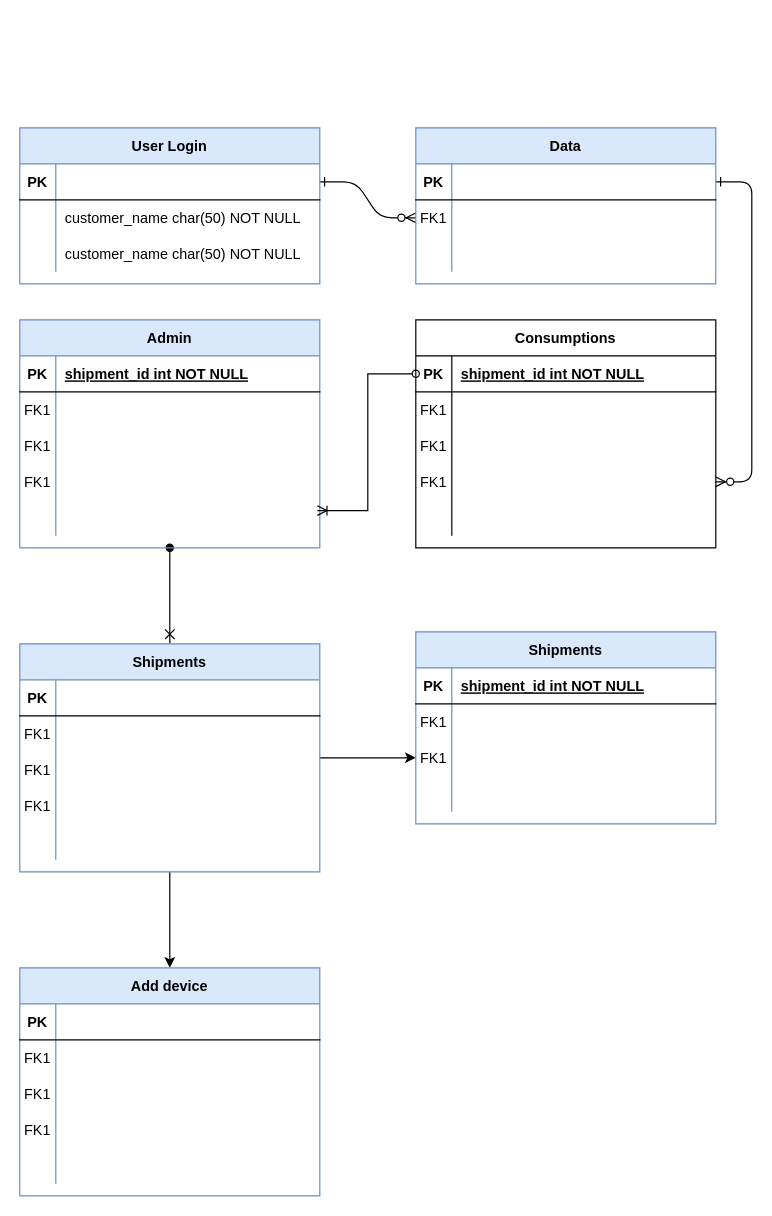
Above: ERD.drawio in Thivya1498/SCADA-ENERGY-METER-SYSTEM (draw.io), before the change. Source tidied: cells renumbered, new cells numbered last; positions are measured from the earlier drawing's top-left corner, leaving out a move shared by most shapes. Both pictures are drawn from the tidied source at 120%, with x=0, y=0 at pixel (19, 127).
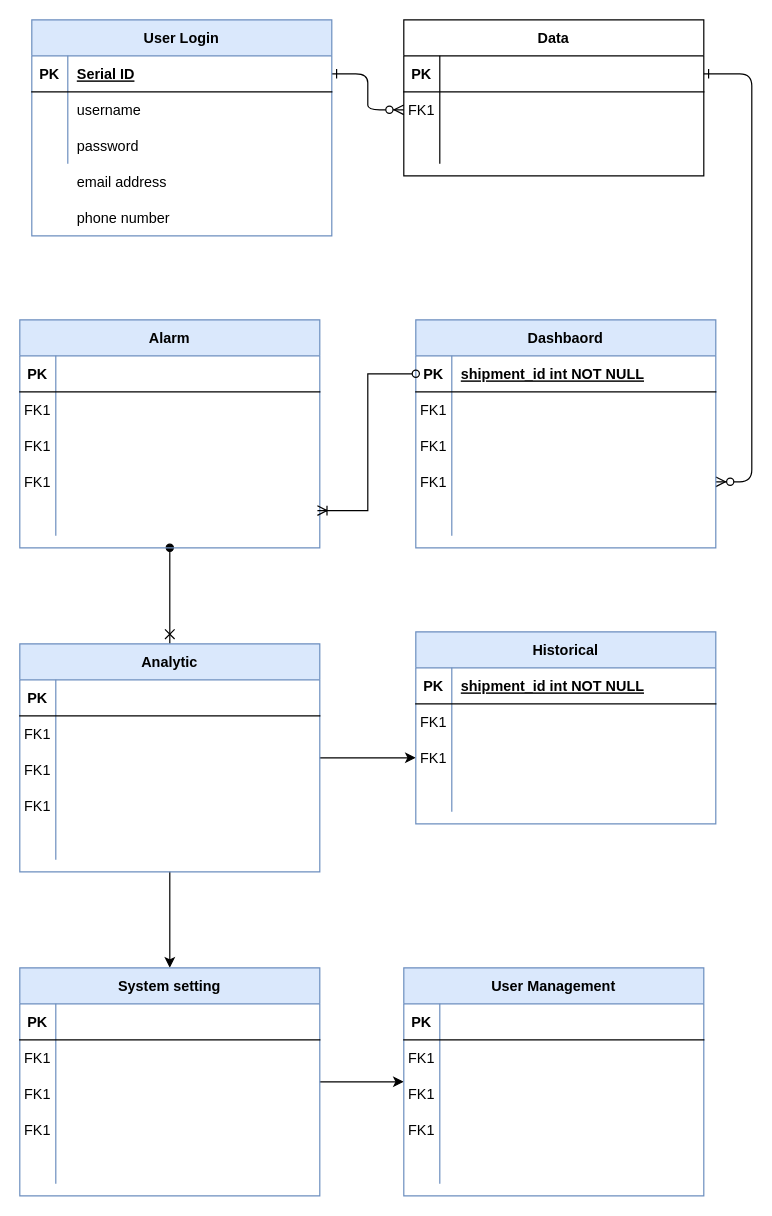
Above is the later version.

Unchanged cells that the change refers to:
```xml
<mxCell id="42" style="shape=partialRectangle;fillColor=none;top=0;left=0;right=0;bottom=1;" parent="41" vertex="1">
  <mxGeometry y="30" width="250" height="30" as="geometry" />
</mxCell>
<mxCell id="51" style="shape=partialRectangle;fillColor=none;top=0;left=0;right=0;bottom=0;" parent="41" vertex="1">
  <mxGeometry y="120" width="250" height="30" as="geometry" />
</mxCell>
```

The edit, as a diff of the source:
```diff
@@
-    <mxCell id="4" value="Data" style="shape=table;startSize=30;childLayout=tableLayout;rowLines=0;fontStyle=1;align=center;fillColor=#dae8fc;strokeColor=#6c8ebf;" parent="1" vertex="1">
-      <mxGeometry x="330" width="250" height="130" as="geometry" />
+    <mxCell id="4" value="Data" style="shape=table;startSize=30;childLayout=tableLayout;rowLines=0;fontStyle=1;align=center;" parent="1" vertex="1">
+      <mxGeometry x="320" y="-90" width="250" height="130" as="geometry" />
     </mxCell>
@@
-    <mxCell id="14" value="Consumptions" style="shape=table;startSize=30;childLayout=tableLayout;rowLines=0;fontStyle=1;align=center;fillColor=default;strokeColor=default;gradientColor=none;swimlaneFillColor=none;" parent="1" vertex="1">
+    <mxCell id="14" value="Dashbaord" style="shape=table;startSize=30;childLayout=tableLayout;rowLines=0;fontStyle=1;align=center;fillColor=#dae8fc;strokeColor=#6c8ebf;swimlaneFillColor=none;" parent="1" vertex="1">
       <mxGeometry x="330" y="160" width="250" height="190" as="geometry" />
     </mxCell>
@@
-    <mxCell id="30" value="User Login" style="shape=table;startSize=30;childLayout=tableLayout;rowLines=0;fontStyle=1;align=center;fillColor=#dae8fc;strokeColor=#6c8ebf;" parent="1" vertex="1">
-      <mxGeometry width="250" height="130" as="geometry" />
-    </mxCell>
-    <mxCell id="31" style="shape=partialRectangle;fillColor=none;points=[[0,0.5],[1,0.5]];portConstraint=eastwest;top=0;left=0;right=0;bottom=1;" parent="30" vertex="1">
-      <mxGeometry y="30" width="250" height="30" as="geometry" />
-    </mxCell>
-    <mxCell id="32" value="PK" style="shape=partialRectangle;overflow=hidden;fillColor=none;top=0;left=0;bottom=0;right=0;fontStyle=1;" parent="31" vertex="1">
-      <mxGeometry width="30" height="30" as="geometry" />
-    </mxCell>
-    <mxCell id="33" style="shape=partialRectangle;overflow=hidden;fillColor=none;top=0;left=0;bottom=0;right=0;align=left;spacingLeft=6;fontStyle=5;" parent="31" vertex="1">
-      <mxGeometry x="30" width="220" height="30" as="geometry" />
-    </mxCell>
-    <mxCell id="34" style="shape=partialRectangle;fillColor=none;top=0;left=0;right=0;bottom=0;" parent="30" vertex="1">
-      <mxGeometry y="60" width="250" height="30" as="geometry" />
-    </mxCell>
-    <mxCell id="35" style="shape=partialRectangle;overflow=hidden;fillColor=none;top=0;left=0;bottom=0;right=0;" parent="34" vertex="1">
-      <mxGeometry width="30" height="30" as="geometry" />
-    </mxCell>
-    <mxCell id="36" value="customer_name char(50) NOT NULL" style="shape=partialRectangle;overflow=hidden;fillColor=none;top=0;left=0;bottom=0;right=0;align=left;spacingLeft=6;" parent="34" vertex="1">
-      <mxGeometry x="30" width="220" height="30" as="geometry" />
-    </mxCell>
-    <mxCell id="37" style="shape=partialRectangle;fillColor=none;top=0;left=0;right=0;bottom=0;" parent="30" vertex="1">
-      <mxGeometry y="90" width="250" height="30" as="geometry" />
-    </mxCell>
-    <mxCell id="38" style="shape=partialRectangle;overflow=hidden;fillColor=none;top=0;left=0;bottom=0;right=0;" parent="37" vertex="1">
-      <mxGeometry width="30" height="30" as="geometry" />
-    </mxCell>
-    <mxCell id="39" value="customer_name char(50) NOT NULL" style="shape=partialRectangle;overflow=hidden;fillColor=none;top=0;left=0;bottom=0;right=0;align=left;spacingLeft=6;" parent="37" vertex="1">
-      <mxGeometry x="30" width="220" height="30" as="geometry" />
-    </mxCell>
@@
-    <mxCell id="41" value="Admin" style="shape=table;startSize=30;childLayout=tableLayout;rowLines=0;fontStyle=1;align=center;fillColor=#dae8fc;strokeColor=#6c8ebf;" parent="1" vertex="1">
+    <mxCell id="41" value="Alarm" style="shape=table;startSize=30;childLayout=tableLayout;rowLines=0;fontStyle=1;align=center;fillColor=#dae8fc;strokeColor=#6c8ebf;" parent="1" vertex="1">
       <mxGeometry y="160" width="250" height="190" as="geometry" />
     </mxCell>
@@
-    <mxCell id="44" value="shipment_id int NOT NULL " style="shape=partialRectangle;overflow=hidden;fillColor=none;top=0;left=0;bottom=0;right=0;align=left;spacingLeft=6;fontStyle=5;" parent="42" vertex="1">
+    <mxCell id="44" style="shape=partialRectangle;overflow=hidden;fillColor=none;top=0;left=0;bottom=0;right=0;align=left;spacingLeft=6;fontStyle=5;" parent="42" vertex="1">
       <mxGeometry x="30" width="220" height="30" as="geometry" />
     </mxCell>
@@
-    <mxCell id="52" value="FK1" style="shape=partialRectangle;overflow=hidden;fillColor=none;top=0;left=0;bottom=0;right=0;" parent="51" vertex="1">
+    <mxCell id="52" value="FK1" style="shape=partialRectangle;overflow=hidden;fillColor=none;top=0;left=0;bottom=0;right=0;strokeColor=default;" parent="51" vertex="1">
       <mxGeometry width="30" height="30" as="geometry" />
     </mxCell>
@@
-    <mxCell id="59" value="Shipments" style="shape=table;startSize=30;childLayout=tableLayout;rowLines=0;fontStyle=1;align=center;fillColor=#dae8fc;strokeColor=#6c8ebf;" parent="1" vertex="1">
+    <mxCell id="59" value="Analytic" style="shape=table;startSize=30;childLayout=tableLayout;rowLines=0;fontStyle=1;align=center;fillColor=#dae8fc;strokeColor=#6c8ebf;" parent="1" vertex="1">
       <mxGeometry y="430" width="250" height="190" as="geometry" />
     </mxCell>
@@
-    <mxCell id="75" value="Shipments" style="shape=table;startSize=30;childLayout=tableLayout;rowLines=0;fontStyle=1;align=center;fillColor=#dae8fc;strokeColor=#6c8ebf;" parent="1" vertex="1">
+    <mxCell id="75" value="Historical" style="shape=table;startSize=30;childLayout=tableLayout;rowLines=0;fontStyle=1;align=center;fillColor=#dae8fc;strokeColor=#6c8ebf;" parent="1" vertex="1">
       <mxGeometry x="330" y="420" width="250" height="160" as="geometry" />
     </mxCell>
@@
+    <mxCell id="105" style="edgeStyle=orthogonalEdgeStyle;rounded=0;jettySize=auto;html=1;" parent="1" edge="1" source="89" target="108">
+      <mxGeometry relative="1" as="geometry" />
+    </mxCell>
-    <mxCell id="89" value="Add device" style="shape=table;startSize=30;childLayout=tableLayout;rowLines=0;fontStyle=1;align=center;fillColor=#dae8fc;strokeColor=#6c8ebf;" parent="1" vertex="1">
+    <mxCell id="89" value="System setting" style="shape=table;startSize=30;childLayout=tableLayout;rowLines=0;fontStyle=1;align=center;fillColor=#dae8fc;strokeColor=#6c8ebf;" parent="1" vertex="1">
       <mxGeometry y="700" width="250" height="190" as="geometry" />
     </mxCell>
@@
+    <mxCell id="30" value="User Login" style="shape=table;startSize=30;childLayout=tableLayout;rowLines=0;fontStyle=1;align=center;fillColor=#dae8fc;strokeColor=#6c8ebf;" parent="1" vertex="1">
+      <mxGeometry x="10" y="-90" width="250" height="180" as="geometry" />
+    </mxCell>
+    <mxCell id="31" style="shape=partialRectangle;fillColor=none;points=[[0,0.5],[1,0.5]];portConstraint=eastwest;top=0;left=0;right=0;bottom=1;" parent="30" vertex="1">
+      <mxGeometry y="30" width="250" height="30" as="geometry" />
+    </mxCell>
+    <mxCell id="32" value="PK" style="shape=partialRectangle;overflow=hidden;fillColor=none;top=0;left=0;bottom=0;right=0;fontStyle=1;" parent="31" vertex="1">
+      <mxGeometry width="30" height="30" as="geometry" />
+    </mxCell>
+    <mxCell id="33" value="Serial ID" style="shape=partialRectangle;overflow=hidden;fillColor=none;top=0;left=0;bottom=0;right=0;align=left;spacingLeft=6;fontStyle=5;" parent="31" vertex="1">
+      <mxGeometry x="30" width="220" height="30" as="geometry" />
+    </mxCell>
+    <mxCell id="34" style="shape=partialRectangle;fillColor=none;top=0;left=0;right=0;bottom=0;" parent="30" vertex="1">
+      <mxGeometry y="60" width="250" height="30" as="geometry" />
+    </mxCell>
+    <mxCell id="35" style="shape=partialRectangle;overflow=hidden;fillColor=none;top=0;left=0;bottom=0;right=0;" parent="34" vertex="1">
+      <mxGeometry width="30" height="30" as="geometry" />
+    </mxCell>
+    <mxCell id="36" value="username" style="shape=partialRectangle;overflow=hidden;fillColor=none;top=0;left=0;bottom=0;right=0;align=left;spacingLeft=6;" parent="34" vertex="1">
+      <mxGeometry x="30" width="220" height="30" as="geometry" />
+    </mxCell>
+    <mxCell id="37" style="shape=partialRectangle;fillColor=none;top=0;left=0;right=0;bottom=0;" parent="30" vertex="1">
+      <mxGeometry y="90" width="250" height="30" as="geometry" />
+    </mxCell>
+    <mxCell id="38" style="shape=partialRectangle;overflow=hidden;fillColor=none;top=0;left=0;bottom=0;right=0;" parent="37" vertex="1">
+      <mxGeometry width="30" height="30" as="geometry" />
+    </mxCell>
+    <mxCell id="39" value="password" style="shape=partialRectangle;overflow=hidden;fillColor=none;top=0;left=0;bottom=0;right=0;align=left;spacingLeft=6;" parent="37" vertex="1">
+      <mxGeometry x="30" width="220" height="30" as="geometry" />
+    </mxCell>
+    <mxCell id="106" value="email address" style="shape=partialRectangle;overflow=hidden;fillColor=none;top=0;left=0;bottom=0;right=0;align=left;spacingLeft=6;" parent="1" vertex="1">
+      <mxGeometry x="40" y="30" width="220" height="30" as="geometry" />
+    </mxCell>
+    <mxCell id="107" value="phone number" style="shape=partialRectangle;overflow=hidden;fillColor=none;top=0;left=0;bottom=0;right=0;align=left;spacingLeft=6;" parent="1" vertex="1">
+      <mxGeometry x="40" y="60" width="220" height="30" as="geometry" />
+    </mxCell>
+    <mxCell id="108" value="User Management" style="shape=table;startSize=30;childLayout=tableLayout;rowLines=0;fontStyle=1;align=center;fillColor=#dae8fc;strokeColor=#6c8ebf;" parent="1" vertex="1">
+      <mxGeometry x="320" y="700" width="250" height="190" as="geometry" />
+    </mxCell>
+    <mxCell id="109" style="shape=partialRectangle;fillColor=none;top=0;left=0;right=0;bottom=1;" parent="108" vertex="1">
+      <mxGeometry y="30" width="250" height="30" as="geometry" />
+    </mxCell>
+    <mxCell id="110" value="PK" style="shape=partialRectangle;overflow=hidden;fillColor=none;top=0;left=0;bottom=0;right=0;fontStyle=1;" parent="109" vertex="1">
+      <mxGeometry width="30" height="30" as="geometry" />
+    </mxCell>
+    <mxCell id="111" style="shape=partialRectangle;overflow=hidden;fillColor=none;top=0;left=0;bottom=0;right=0;align=left;spacingLeft=6;fontStyle=5;" parent="109" vertex="1">
+      <mxGeometry x="30" width="220" height="30" as="geometry" />
+    </mxCell>
+    <mxCell id="112" style="shape=partialRectangle;fillColor=none;top=0;left=0;right=0;bottom=0;" parent="108" vertex="1">
+      <mxGeometry y="60" width="250" height="30" as="geometry" />
+    </mxCell>
+    <mxCell id="113" value="FK1" style="shape=partialRectangle;overflow=hidden;fillColor=none;top=0;left=0;bottom=0;right=0;" parent="112" vertex="1">
+      <mxGeometry width="30" height="30" as="geometry" />
+    </mxCell>
+    <mxCell id="114" style="shape=partialRectangle;overflow=hidden;fillColor=none;top=0;left=0;bottom=0;right=0;align=left;spacingLeft=6;" parent="112" vertex="1">
+      <mxGeometry x="30" width="220" height="30" as="geometry" />
+    </mxCell>
+    <mxCell id="115" style="shape=partialRectangle;fillColor=none;top=0;left=0;right=0;bottom=0;" parent="108" vertex="1">
+      <mxGeometry y="90" width="250" height="30" as="geometry" />
+    </mxCell>
+    <mxCell id="116" value="FK1" style="shape=partialRectangle;overflow=hidden;fillColor=none;top=0;left=0;bottom=0;right=0;" parent="115" vertex="1">
+      <mxGeometry width="30" height="30" as="geometry" />
+    </mxCell>
+    <mxCell id="117" style="shape=partialRectangle;overflow=hidden;fillColor=none;top=0;left=0;bottom=0;right=0;align=left;spacingLeft=6;" parent="115" vertex="1">
+      <mxGeometry x="30" width="220" height="30" as="geometry" />
+    </mxCell>
+    <mxCell id="118" style="shape=partialRectangle;fillColor=none;top=0;left=0;right=0;bottom=0;" parent="108" vertex="1">
+      <mxGeometry y="120" width="250" height="30" as="geometry" />
+    </mxCell>
+    <mxCell id="119" value="FK1" style="shape=partialRectangle;overflow=hidden;fillColor=none;top=0;left=0;bottom=0;right=0;" parent="118" vertex="1">
+      <mxGeometry width="30" height="30" as="geometry" />
+    </mxCell>
+    <mxCell id="120" style="shape=partialRectangle;overflow=hidden;fillColor=none;top=0;left=0;bottom=0;right=0;align=left;spacingLeft=6;" parent="118" vertex="1">
+      <mxGeometry x="30" width="220" height="30" as="geometry" />
+    </mxCell>
+    <mxCell id="121" style="shape=partialRectangle;fillColor=none;top=0;left=0;right=0;bottom=0;" parent="108" vertex="1">
+      <mxGeometry y="150" width="250" height="30" as="geometry" />
+    </mxCell>
+    <mxCell id="122" style="shape=partialRectangle;overflow=hidden;fillColor=none;top=0;left=0;bottom=0;right=0;" parent="121" vertex="1">
+      <mxGeometry width="30" height="30" as="geometry" />
+    </mxCell>
+    <mxCell id="123" style="shape=partialRectangle;overflow=hidden;fillColor=none;top=0;left=0;bottom=0;right=0;align=left;spacingLeft=6;" parent="121" vertex="1">
+      <mxGeometry x="30" width="220" height="30" as="geometry" />
+    </mxCell>
```
